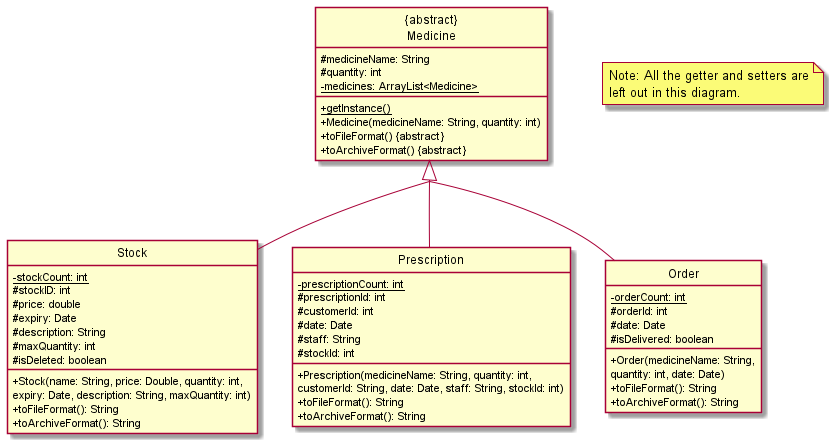
Above: docs/diagrams/diagram_images/InventoryClassDiagram.png in nus-cs2113-AY2122S1/tp (PlantUML), before the change.
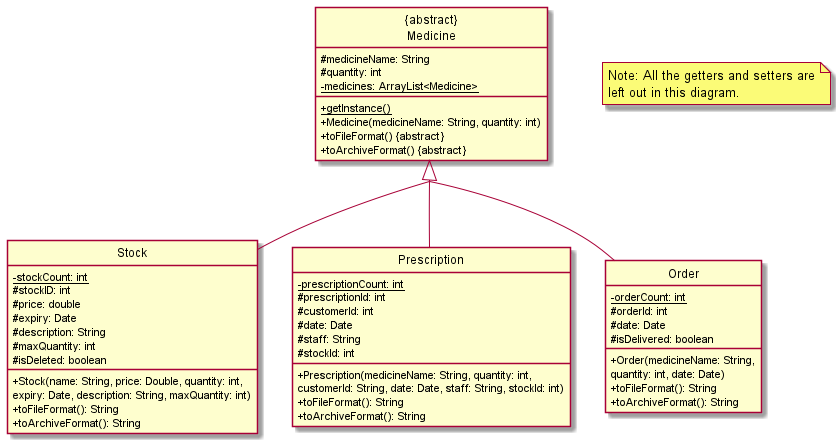
Above is the later version.

Commit message:
Update sequence diagram

The edit, as a diff of the source:
```diff
@@ -55,5 +55,5 @@
 "{abstract}\nMedicine" <|-- "Prescription"
 "{abstract}\nMedicine" <|-- "Order"
 
-note "Note: All the getter and setters are\nleft out in this diagram." as n1
+note "Note: All the getters and setters are\nleft out in this diagram." as n1
 @enduml
```
